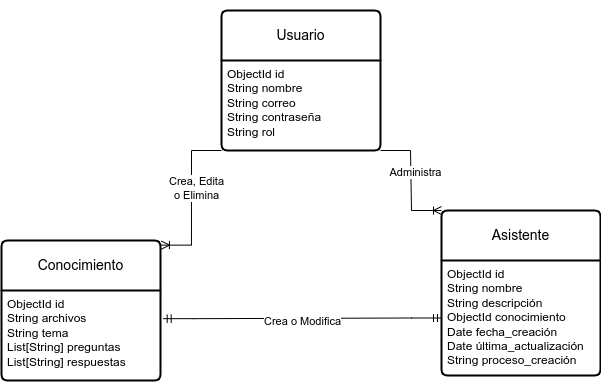
ClaudiaQueipo/thesis-chatbot keeps this draw.io diagram as DOC/Informes y elevator pitch/MER.drawio.png. Above is the earlier version. Source tidied: cells renumbered, new cells last; positions are measured from the earlier drawing's top-left corner, leaving out a move shared by most shapes.
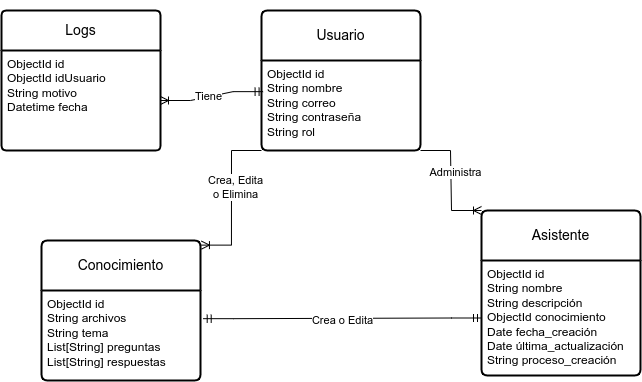
After the change.

The edit, as a diff of the source:
```diff
@@ -38,10 +38,22 @@
     <mxCell id="13" style="edgeStyle=entityRelationEdgeStyle;fontSize=12;html=1;endArrow=ERmandOne;startArrow=ERmandOne;rounded=0;exitX=1.017;exitY=0.313;exitDx=0;exitDy=0;exitPerimeter=0;entryX=0;entryY=0.5;entryDx=0;entryDy=0;" parent="1" edge="1" source="6" target="8">
       <mxGeometry relative="1" as="geometry" />
     </mxCell>
-    <mxCell id="14" value="Crea o Modifica" style="edgeLabel;html=1;align=center;verticalAlign=middle;" parent="13" vertex="1">
+    <mxCell id="14" value="Crea o Edita" style="edgeLabel;html=1;align=center;verticalAlign=middle;" parent="13" vertex="1">
       <mxGeometry x="-0.05" y="-4" relative="1" as="geometry">
         <mxPoint x="7" y="-2" as="offset" />
       </mxGeometry>
     </mxCell>
+    <mxCell id="15" value="Logs" style="swimlane;horizontal=1;startSize=40;rounded=1;fontSize=14;fontStyle=0;strokeWidth=2;shadow=0;dashed=0;align=center;arcSize=4;whiteSpace=wrap;html=1;" parent="1" vertex="1">
+      <mxGeometry x="-40" y="10" width="159" height="140" as="geometry" />
+    </mxCell>
+    <mxCell id="16" value="ObjectId id&lt;br&gt;ObjectId idUsuario&lt;br&gt;String motivo&lt;br&gt;Datetime fecha&lt;br&gt;" style="align=left;strokeColor=none;fillColor=none;spacingLeft=4;fontSize=12;verticalAlign=top;html=1;" parent="15" vertex="1">
+      <mxGeometry y="40" width="159" height="100" as="geometry" />
+    </mxCell>
+    <mxCell id="17" style="edgeStyle=entityRelationEdgeStyle;fontSize=12;html=1;endArrow=ERoneToMany;startArrow=ERmandOne;rounded=0;exitX=0.01;exitY=0.346;exitDx=0;exitDy=0;exitPerimeter=0;entryX=1;entryY=0.5;entryDx=0;entryDy=0;" parent="1" edge="1" source="4" target="16">
+      <mxGeometry relative="1" as="geometry" />
+    </mxCell>
+    <mxCell id="18" value="Tiene" style="edgeLabel;html=1;align=center;verticalAlign=middle;" parent="17" vertex="1">
+      <mxGeometry x="0.08" y="-1" relative="1" as="geometry" />
+    </mxCell>
   </root>
 </mxGraphModel>
```
